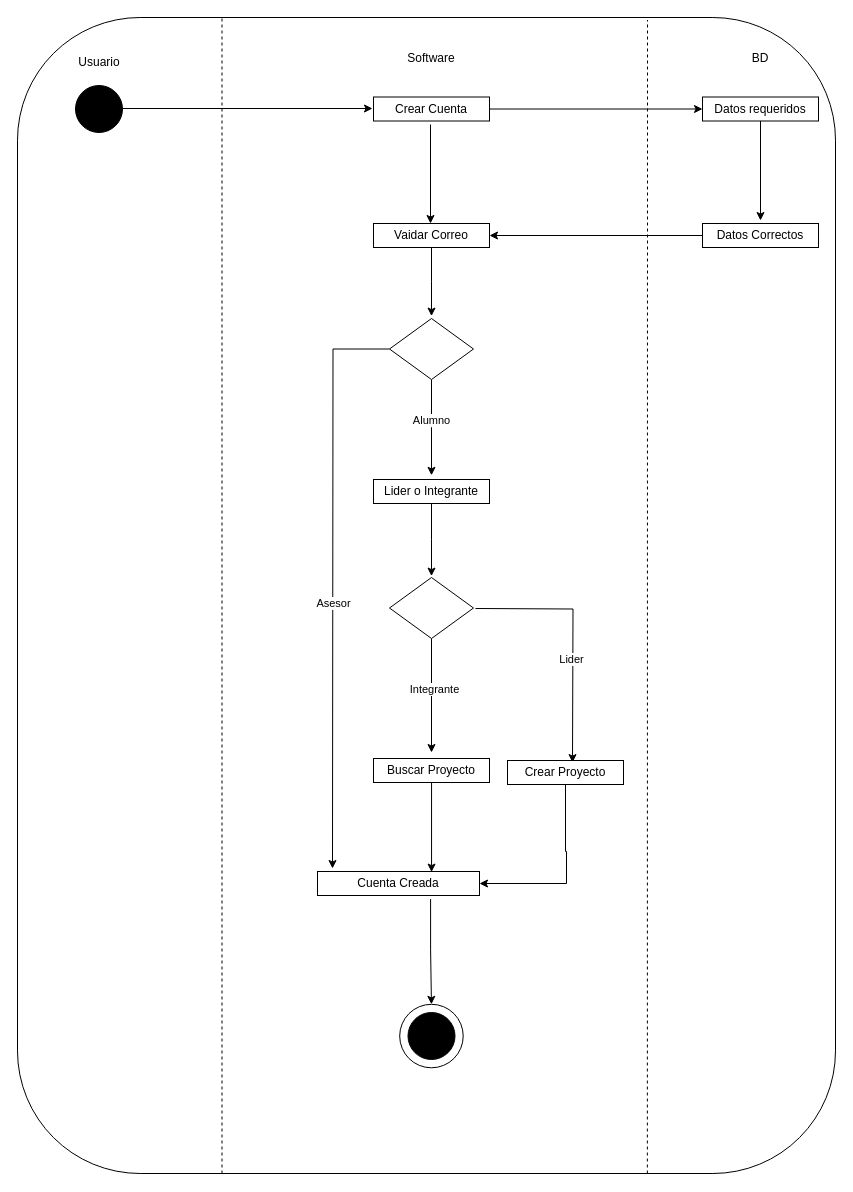
This is docs/modeling/Diagrama de Actividades CrearCuenta.drawio from MrDonkey08/Link-Project, a draw.io file, before an edit. Source tidied: cells renumbered, new cells numbered last; positions are measured from the earlier drawing's top-left corner, leaving out a move shared by most shapes. Both pictures are drawn from the tidied source at 100%, with x=0, y=0 at pixel (17, 17).
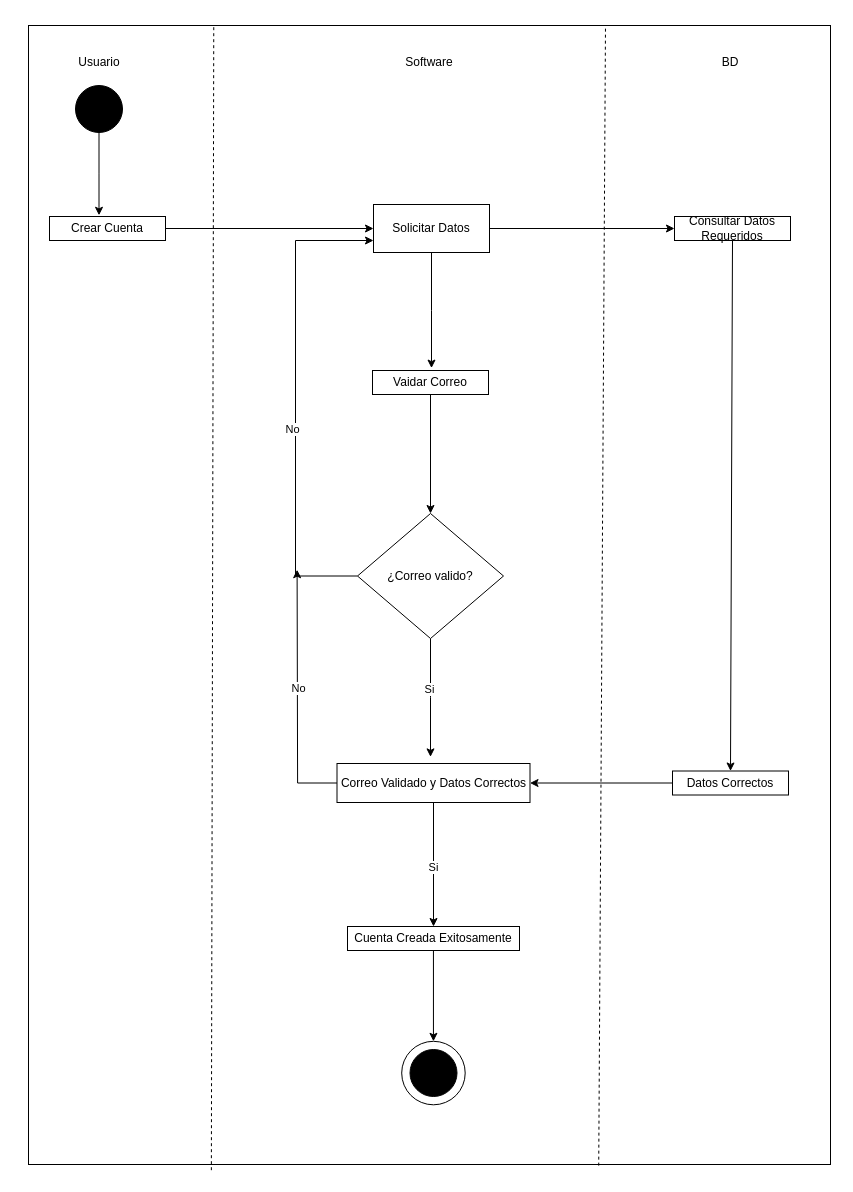
After the change.

The change refers to these unchanged cells:
```xml
<mxCell id="3" style="ellipse;whiteSpace=wrap;html=1;fillColor=#000000;" parent="1" vertex="1">
  <mxGeometry x="58" y="68" width="47" height="47" as="geometry" />
</mxCell>
```

The edit, as a diff of the source:
```diff
@@
-    <mxCell id="2" style="rounded=1;whiteSpace=wrap;html=1;" parent="1" vertex="1">
-      <mxGeometry width="818" height="1156" as="geometry" />
-    </mxCell>
+    <mxCell id="39" style="rounded=0;whiteSpace=wrap;html=1;" parent="1" vertex="1">
+      <mxGeometry x="11" y="8" width="802" height="1139" as="geometry" />
+    </mxCell>
+    <mxCell id="40" style="edgeStyle=orthogonalEdgeStyle;rounded=0;jettySize=auto;html=1;" parent="1" edge="1" source="3">
+      <mxGeometry relative="1" as="geometry">
+        <mxPoint x="81.5" y="197.8" as="targetPoint" />
+      </mxGeometry>
+    </mxCell>
@@
-    <mxCell id="5" style="endArrow=classic;html=1;rounded=0;" parent="1" edge="1">
-      <mxGeometry relative="1" as="geometry">
-        <mxPoint x="105" y="91" as="sourcePoint" />
-        <mxPoint x="355" y="91" as="targetPoint" />
-      </mxGeometry>
-    </mxCell>
     <mxCell id="6" value="BD" style="text;html=1;align=center;verticalAlign=middle;whiteSpace=wrap;rounded=0;" parent="1" vertex="1">
-      <mxGeometry x="713" y="26" width="60" height="30" as="geometry" />
+      <mxGeometry x="683" y="30" width="60" height="30" as="geometry" />
     </mxCell>
     <mxCell id="7" value="Software" style="text;html=1;align=center;verticalAlign=middle;whiteSpace=wrap;rounded=0;" parent="1" vertex="1">
-      <mxGeometry x="384" y="26" width="60" height="30" as="geometry" />
+      <mxGeometry x="382.2" y="30" width="60" height="30" as="geometry" />
     </mxCell>
-    <mxCell id="8" style="edgeStyle=orthogonalEdgeStyle;rounded=0;jettySize=auto;html=1;entryX=0;entryY=0.5;entryDx=0;entryDy=0;" parent="1" edge="1" source="9" target="15">
-      <mxGeometry relative="1" as="geometry" />
-    </mxCell>
+    <mxCell id="41" style="edgeStyle=orthogonalEdgeStyle;rounded=0;jettySize=auto;html=1;entryX=0;entryY=0.5;entryDx=0;entryDy=0;" parent="1" edge="1" source="9" target="51">
+      <mxGeometry relative="1" as="geometry" />
+    </mxCell>
     <mxCell id="9" value="Crear Cuenta" style="rounded=0;whiteSpace=wrap;html=1;" parent="1" vertex="1">
-      <mxGeometry x="356" y="79.5" width="116" height="24" as="geometry" />
+      <mxGeometry x="32" y="199" width="116" height="24" as="geometry" />
     </mxCell>
-    <mxCell id="10" style="edgeStyle=orthogonalEdgeStyle;rounded=0;jettySize=auto;html=1;" parent="1" edge="1" source="14">
-      <mxGeometry relative="1" as="geometry">
-        <mxPoint x="414" y="457.8" as="targetPoint" />
-      </mxGeometry>
-    </mxCell>
-    <mxCell id="11" value="Alumno" style="edgeLabel;html=1;align=center;verticalAlign=middle;" parent="10" vertex="1">
-      <mxGeometry x="-0.17" y="-1" relative="1" as="geometry" />
-    </mxCell>
-    <mxCell id="12" style="edgeStyle=orthogonalEdgeStyle;rounded=0;jettySize=auto;html=1;" parent="1" edge="1" source="14">
-      <mxGeometry relative="1" as="geometry">
-        <mxPoint x="315" y="851" as="targetPoint" />
-      </mxGeometry>
-    </mxCell>
-    <mxCell id="13" value="Asesor" style="edgeLabel;html=1;align=center;verticalAlign=middle;" parent="12" vertex="1">
-      <mxGeometry x="0.08" relative="1" as="geometry" />
-    </mxCell>
-    <mxCell id="14" style="shape=rhombus;perimeter=rhombusPerimeter;whiteSpace=wrap;html=1;align=center;" parent="1" vertex="1">
-      <mxGeometry x="372" y="301" width="84" height="61" as="geometry" />
-    </mxCell>
-    <mxCell id="15" value="Datos requeridos" style="rounded=0;whiteSpace=wrap;html=1;" parent="1" vertex="1">
-      <mxGeometry x="685" y="79.5" width="116" height="24" as="geometry" />
+    <mxCell id="15" value="Consultar Datos Requeridos" style="rounded=0;whiteSpace=wrap;html=1;" parent="1" vertex="1">
+      <mxGeometry x="657" y="199" width="116" height="24" as="geometry" />
     </mxCell>
-    <mxCell id="16" style="endArrow=classic;html=1;rounded=0;exitX=0.5;exitY=1;exitDx=0;exitDy=0;" parent="1" edge="1" source="15">
-      <mxGeometry relative="1" as="geometry">
-        <mxPoint x="743" y="203" as="targetPoint" />
-      </mxGeometry>
+    <mxCell id="16" style="endArrow=classic;html=1;rounded=0;exitX=0.5;exitY=1;exitDx=0;exitDy=0;entryX=0.5;entryY=0;entryDx=0;entryDy=0;" parent="1" edge="1" source="15" target="17">
+      <mxGeometry relative="1" as="geometry" />
     </mxCell>
+    <mxCell id="42" style="edgeStyle=orthogonalEdgeStyle;rounded=0;jettySize=auto;html=1;entryX=1;entryY=0.5;entryDx=0;entryDy=0;" parent="1" edge="1" source="17" target="58">
+      <mxGeometry relative="1" as="geometry" />
+    </mxCell>
     <mxCell id="17" value="Datos Correctos" style="rounded=0;whiteSpace=wrap;html=1;" parent="1" vertex="1">
-      <mxGeometry x="685" y="206" width="116" height="24" as="geometry" />
+      <mxGeometry x="655" y="753.5" width="116" height="24" as="geometry" />
     </mxCell>
-    <mxCell id="18" style="endArrow=classic;html=1;rounded=0;exitX=0;exitY=0.5;exitDx=0;exitDy=0;entryX=1;entryY=0.5;entryDx=0;entryDy=0;" parent="1" edge="1" source="17" target="20">
-      <mxGeometry relative="1" as="geometry" />
-    </mxCell>
-    <mxCell id="19" style="edgeStyle=orthogonalEdgeStyle;rounded=0;jettySize=auto;html=1;" parent="1" edge="1" source="20">
-      <mxGeometry relative="1" as="geometry">
-        <mxPoint x="414" y="298.6" as="targetPoint" />
-      </mxGeometry>
-    </mxCell>
+    <mxCell id="43" style="edgeStyle=orthogonalEdgeStyle;rounded=0;jettySize=auto;html=1;" parent="1" edge="1" source="20" target="48">
+      <mxGeometry relative="1" as="geometry" />
+    </mxCell>
     <mxCell id="20" value="Vaidar Correo" style="rounded=0;whiteSpace=wrap;html=1;" parent="1" vertex="1">
-      <mxGeometry x="356" y="206" width="116" height="24" as="geometry" />
+      <mxGeometry x="355" y="353" width="116" height="24" as="geometry" />
     </mxCell>
-    <mxCell id="21" style="endArrow=classic;html=1;rounded=0;exitX=0.5;exitY=1;exitDx=0;exitDy=0;" parent="1" edge="1">
-      <mxGeometry relative="1" as="geometry">
-        <mxPoint x="413" y="107" as="sourcePoint" />
-        <mxPoint x="413" y="206" as="targetPoint" />
-      </mxGeometry>
-    </mxCell>
-    <mxCell id="22" style="edgeStyle=orthogonalEdgeStyle;rounded=0;jettySize=auto;html=1;" parent="1" edge="1" source="23">
-      <mxGeometry relative="1" as="geometry">
-        <mxPoint x="414" y="558.6" as="targetPoint" />
-      </mxGeometry>
-    </mxCell>
-    <mxCell id="23" value="Lider o Integrante" style="rounded=0;whiteSpace=wrap;html=1;" parent="1" vertex="1">
-      <mxGeometry x="356" y="462" width="116" height="24" as="geometry" />
-    </mxCell>
-    <mxCell id="24" style="edgeStyle=orthogonalEdgeStyle;rounded=0;jettySize=auto;html=1;" parent="1" edge="1" source="28">
-      <mxGeometry relative="1" as="geometry">
-        <mxPoint x="414" y="735" as="targetPoint" />
-      </mxGeometry>
-    </mxCell>
-    <mxCell id="25" value="Integrante" style="edgeLabel;html=1;align=center;verticalAlign=middle;" parent="24" vertex="1">
-      <mxGeometry x="-0.12" y="2" relative="1" as="geometry" />
-    </mxCell>
-    <mxCell id="26" style="edgeStyle=orthogonalEdgeStyle;rounded=0;orthogonalLoop=1;jettySize=auto;html=1;" parent="1" edge="1">
-      <mxGeometry relative="1" as="geometry">
-        <mxPoint x="458" y="591" as="sourcePoint" />
-        <mxPoint x="555" y="745.1" as="targetPoint" />
-      </mxGeometry>
-    </mxCell>
-    <mxCell id="27" value="Lider" style="edgeLabel;html=1;align=center;verticalAlign=middle;" parent="26" vertex="1">
-      <mxGeometry x="0.18" y="-2" relative="1" as="geometry" />
-    </mxCell>
-    <mxCell id="28" style="shape=rhombus;perimeter=rhombusPerimeter;whiteSpace=wrap;html=1;align=center;" parent="1" vertex="1">
-      <mxGeometry x="372" y="560" width="84" height="61" as="geometry" />
-    </mxCell>
-    <mxCell id="29" style="edgeStyle=orthogonalEdgeStyle;rounded=0;jettySize=auto;html=1;entryX=0.5;entryY=0;entryDx=0;entryDy=0;exitX=0.698;exitY=1.147;exitDx=0;exitDy=0;exitPerimeter=0;" parent="1" edge="1" source="30" target="37">
+    <mxCell id="29" style="edgeStyle=orthogonalEdgeStyle;rounded=0;jettySize=auto;html=1;entryX=0.5;entryY=0;entryDx=0;entryDy=0;" parent="1" edge="1" source="30" target="37">
       <mxGeometry relative="1" as="geometry" />
     </mxCell>
-    <mxCell id="30" value="Cuenta Creada" style="rounded=0;whiteSpace=wrap;html=1;" parent="1" vertex="1">
-      <mxGeometry x="300" y="854" width="162" height="24" as="geometry" />
+    <mxCell id="30" value="Cuenta Creada Exitosamente" style="rounded=0;whiteSpace=wrap;html=1;" parent="1" vertex="1">
+      <mxGeometry x="330" y="909" width="172" height="24" as="geometry" />
     </mxCell>
-    <mxCell id="31" value="Buscar Proyecto" style="rounded=0;whiteSpace=wrap;html=1;" parent="1" vertex="1">
-      <mxGeometry x="356" y="741" width="116" height="24" as="geometry" />
-    </mxCell>
-    <mxCell id="32" style="edgeStyle=orthogonalEdgeStyle;rounded=0;jettySize=auto;html=1;entryX=1;entryY=0.5;entryDx=0;entryDy=0;" parent="1" edge="1" source="33" target="30">
-      <mxGeometry relative="1" as="geometry">
-        <Array as="points">
-          <mxPoint x="548" y="834" />
-          <mxPoint x="549" y="834" />
-          <mxPoint x="549" y="866" />
-        </Array>
-      </mxGeometry>
-    </mxCell>
-    <mxCell id="33" value="Crear Proyecto" style="rounded=0;whiteSpace=wrap;html=1;" parent="1" vertex="1">
-      <mxGeometry x="490" y="743" width="116" height="24" as="geometry" />
-    </mxCell>
-    <mxCell id="34" style="edgeStyle=orthogonalEdgeStyle;rounded=0;jettySize=auto;html=1;entryX=0.704;entryY=0.025;entryDx=0;entryDy=0;entryPerimeter=0;" parent="1" edge="1" source="31" target="30">
-      <mxGeometry relative="1" as="geometry" />
-    </mxCell>
-    <mxCell id="35" style="endArrow=none;dashed=1;html=1;rounded=0;entryX=0.25;entryY=0;entryDx=0;entryDy=0;exitX=0.25;exitY=1;exitDx=0;exitDy=0;" parent="1" edge="1" source="2" target="2">
-      <mxGeometry relative="1" as="geometry" />
-    </mxCell>
-    <mxCell id="36" style="endArrow=none;dashed=1;html=1;rounded=0;entryX=0.25;entryY=0;entryDx=0;entryDy=0;exitX=0.77;exitY=1;exitDx=0;exitDy=0;exitPerimeter=0;" parent="1" edge="1" source="2">
-      <mxGeometry relative="1" as="geometry">
-        <mxPoint x="630" y="2.5" as="targetPoint" />
-      </mxGeometry>
-    </mxCell>
     <mxCell id="37" style="ellipse;whiteSpace=wrap;html=1;" parent="1" vertex="1">
-      <mxGeometry x="382.2" y="986.8" width="63.5" height="63.5" as="geometry" />
+      <mxGeometry x="384.2" y="1023.8" width="63.5" height="63.5" as="geometry" />
     </mxCell>
     <mxCell id="38" style="ellipse;whiteSpace=wrap;html=1;fillColor=#000000;" parent="1" vertex="1">
-      <mxGeometry x="390.5" y="995" width="47" height="47" as="geometry" />
+      <mxGeometry x="392.5" y="1032" width="47" height="47" as="geometry" />
     </mxCell>
+    <mxCell id="44" style="edgeStyle=orthogonalEdgeStyle;rounded=0;jettySize=auto;html=1;entryX=0;entryY=0.75;entryDx=0;entryDy=0;" parent="1" edge="1" source="48" target="51">
+      <mxGeometry relative="1" as="geometry">
+        <Array as="points">
+          <mxPoint x="278" y="559" />
+          <mxPoint x="278" y="223" />
+        </Array>
+      </mxGeometry>
+    </mxCell>
+    <mxCell id="45" value="No" style="edgeLabel;html=1;align=center;verticalAlign=middle;" parent="44" vertex="1">
+      <mxGeometry x="-0.12" y="4" relative="1" as="geometry" />
+    </mxCell>
+    <mxCell id="46" style="edgeStyle=orthogonalEdgeStyle;rounded=0;jettySize=auto;html=1;" parent="1" edge="1" source="48">
+      <mxGeometry relative="1" as="geometry">
+        <mxPoint x="413" y="739.4" as="targetPoint" />
+      </mxGeometry>
+    </mxCell>
+    <mxCell id="47" value="Si" style="edgeLabel;html=1;align=center;verticalAlign=middle;" parent="46" vertex="1">
+      <mxGeometry x="-0.16" y="-2" relative="1" as="geometry" />
+    </mxCell>
+    <mxCell id="48" value="¿Correo valido?" style="shape=rhombus;perimeter=rhombusPerimeter;whiteSpace=wrap;html=1;align=center;" parent="1" vertex="1">
+      <mxGeometry x="340" y="496" width="146" height="125" as="geometry" />
+    </mxCell>
+    <mxCell id="49" style="edgeStyle=orthogonalEdgeStyle;rounded=0;jettySize=auto;html=1;entryX=0;entryY=0.5;entryDx=0;entryDy=0;" parent="1" edge="1" source="51" target="15">
+      <mxGeometry relative="1" as="geometry" />
+    </mxCell>
+    <mxCell id="50" style="edgeStyle=orthogonalEdgeStyle;rounded=0;jettySize=auto;html=1;" parent="1" edge="1" source="51">
+      <mxGeometry relative="1" as="geometry">
+        <mxPoint x="414" y="350.6" as="targetPoint" />
+      </mxGeometry>
+    </mxCell>
+    <mxCell id="51" value="Solicitar Datos" style="rounded=0;whiteSpace=wrap;html=1;" parent="1" vertex="1">
+      <mxGeometry x="356" y="187" width="116" height="48" as="geometry" />
+    </mxCell>
+    <mxCell id="52" style="endArrow=none;dashed=1;html=1;rounded=0;entryX=0.231;entryY=0.001;entryDx=0;entryDy=0;entryPerimeter=0;exitX=0.228;exitY=1.005;exitDx=0;exitDy=0;exitPerimeter=0;" parent="1" edge="1" source="39" target="39">
+      <mxGeometry relative="1" as="geometry" />
+    </mxCell>
+    <mxCell id="53" style="endArrow=none;dashed=1;html=1;rounded=0;entryX=0.231;entryY=0.001;entryDx=0;entryDy=0;entryPerimeter=0;exitX=0.711;exitY=1.001;exitDx=0;exitDy=0;exitPerimeter=0;" parent="1" edge="1" source="39">
+      <mxGeometry relative="1" as="geometry">
+        <mxPoint x="588" y="8" as="targetPoint" />
+      </mxGeometry>
+    </mxCell>
+    <mxCell id="54" style="edgeStyle=orthogonalEdgeStyle;rounded=0;jettySize=auto;html=1;entryX=0.5;entryY=0;entryDx=0;entryDy=0;" parent="1" edge="1" source="58" target="30">
+      <mxGeometry relative="1" as="geometry" />
+    </mxCell>
+    <mxCell id="55" value="Si" style="edgeLabel;html=1;align=center;verticalAlign=middle;" parent="54" vertex="1">
+      <mxGeometry x="0.04" y="-1" relative="1" as="geometry" />
+    </mxCell>
+    <mxCell id="56" style="edgeStyle=orthogonalEdgeStyle;rounded=0;jettySize=auto;html=1;" parent="1" edge="1" source="58">
+      <mxGeometry relative="1" as="geometry">
+        <mxPoint x="279.6" y="552.2" as="targetPoint" />
+      </mxGeometry>
+    </mxCell>
+    <mxCell id="57" value="No" style="edgeLabel;html=1;align=center;verticalAlign=middle;" parent="56" vertex="1">
+      <mxGeometry x="0.06" y="-1" relative="1" as="geometry" />
+    </mxCell>
+    <mxCell id="58" value="Correo Validado y Datos Correctos" style="rounded=0;whiteSpace=wrap;html=1;" parent="1" vertex="1">
+      <mxGeometry x="319.5" y="746" width="193" height="39" as="geometry" />
+    </mxCell>
```
